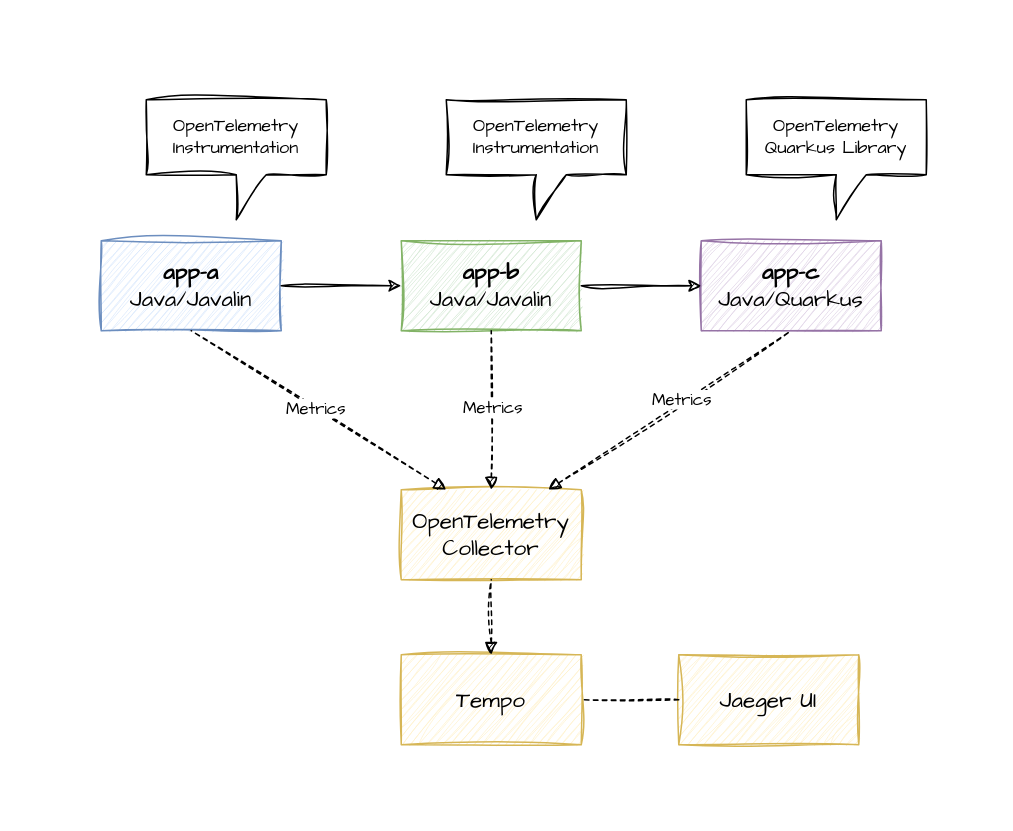
Before: page "tempo-jaeger" (6 of 6) of presentation/draws.drawio in nikolaus-lemberski/distributed-tracing, a draw.io diagram. Source tidied: cells renumbered, new cells numbered last; positions are measured from the earlier drawing's top-left corner, leaving out a move shared by most shapes. Both pictures are drawn from the tidied source at 150%, with x=0, y=0 at pixel (100, 99).
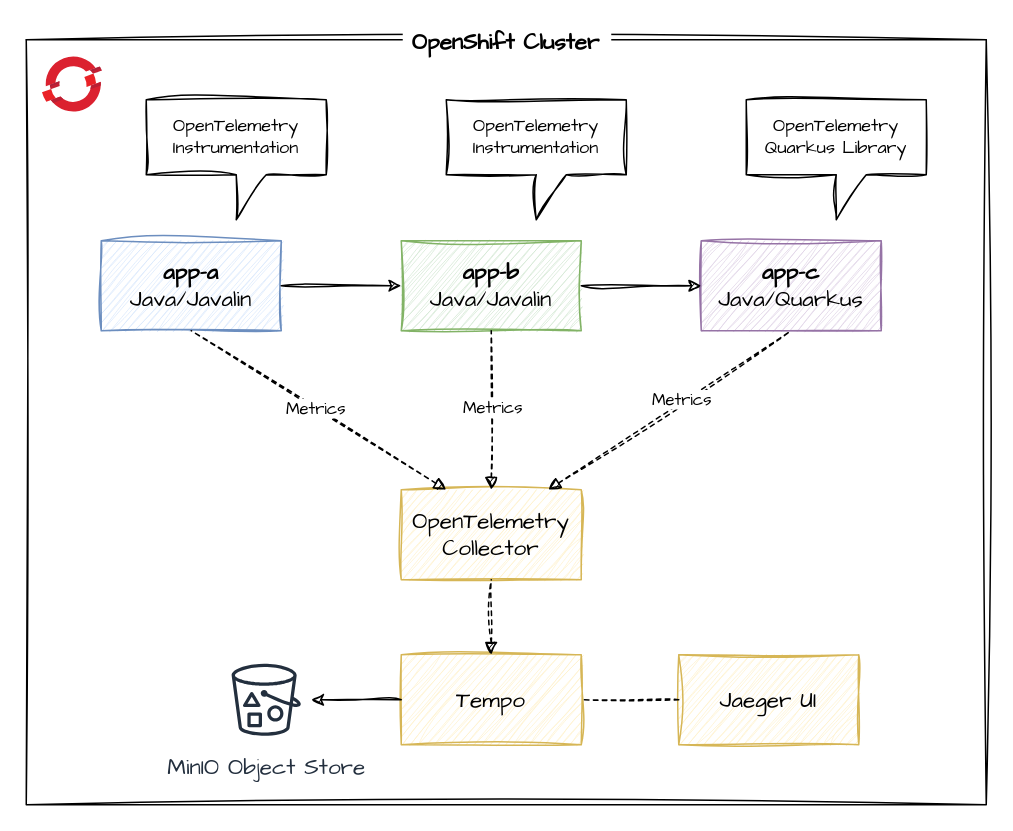
Above is the later version.

The change refers to these unchanged cells:
```xml
<mxCell id="14" value="Tempo" style="rounded=0;whiteSpace=wrap;html=1;sketch=1;hachureGap=4;jiggle=2;curveFitting=1;fontFamily=Architects Daughter;fontSize=15;fillColor=#fff2cc;strokeColor=#d6b656;" parent="1" vertex="1">
  <mxGeometry x="200" y="370" width="120" height="60" as="geometry" />
</mxCell>
```

What changed in the source:
```diff
@@
+    <mxCell id="21" value=" OpenShift Cluster " style="swimlane;startSize=0;sketch=1;hachureGap=4;jiggle=2;curveFitting=1;fontFamily=Architects Daughter;labelBackgroundColor=default;fontSize=15;" parent="1" vertex="1">
+      <mxGeometry x="-50" y="-40" width="640" height="510" as="geometry" />
+    </mxCell>
+    <mxCell id="22" style="image;html=1;align=center;fontSize=12;image=img/lib/azure2/containers/Azure_Red_Hat_OpenShift.svg;sketch=1;hachureGap=4;jiggle=2;curveFitting=1;fontFamily=Architects Daughter;" parent="21" vertex="1">
+      <mxGeometry x="11" y="10" width="40" height="40" as="geometry" />
+    </mxCell>
+    <mxCell id="23" value="&lt;font style=&quot;font-size: 15px;&quot;&gt;MinIO Object Store&lt;/font&gt;" style="sketch=0;outlineConnect=0;fontColor=#232F3E;gradientColor=none;strokeColor=#232F3E;fillColor=#ffffff;dashed=0;verticalLabelPosition=bottom;verticalAlign=top;align=center;html=1;fontSize=12;fontStyle=0;shape=mxgraph.aws4.resourceIcon;resIcon=mxgraph.aws4.bucket_with_objects;hachureGap=4;jiggle=2;curveFitting=1;fontFamily=Architects Daughter;" parent="21" vertex="1">
+      <mxGeometry x="130" y="410" width="60" height="60" as="geometry" />
+    </mxCell>
+    <mxCell id="24" style="endArrow=classic;html=1;rounded=0;sketch=1;hachureGap=4;jiggle=2;curveFitting=1;fontFamily=Architects Daughter;exitX=0;exitY=0.5;exitDx=0;exitDy=0;" parent="1" edge="1" source="14" target="23">
+      <mxGeometry relative="1" as="geometry" />
+    </mxCell>
```
